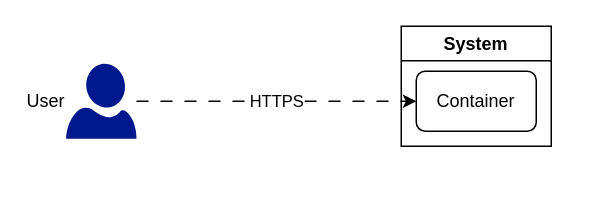
The draw.io diagram page "Container Diagram" (2 of 2) of demos/c4/c4.drawio in Nasdanika-Models/architecture, before the edit. Source tidied: cells renumbered, new cells numbered last; positions are measured from the earlier drawing's top-left corner, leaving out a move shared by most shapes. Both pictures are drawn from the tidied source at 150%, with x=0, y=0 at pixel (64, 26).
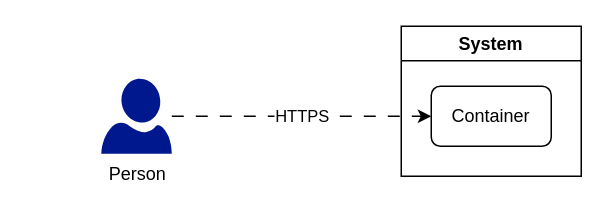
The same page after the edit.

The edit, as a diff of the source:
```diff
@@
 <mxGraphModel>
   <root>
     <mxCell id="0" />
     <mxCell id="1" parent="0" />
-    <mxCell id="2" value="User" style="sketch=0;shadow=0;dashed=0;html=1;strokeColor=none;labelPosition=left;verticalLabelPosition=middle;verticalAlign=middle;align=right;fillColor=#00188D;shape=mxgraph.azure.user;" parent="1" vertex="1">
-      <mxGeometry x="0.5" y="25" width="47" height="50" as="geometry" />
-    </mxCell>
     <mxCell id="3" value="System" style="swimlane;whiteSpace=wrap;html=1;" parent="1" vertex="1">
-      <mxGeometry x="224" width="100" height="80" as="geometry" />
+      <mxGeometry x="224" width="120" height="100" as="geometry" />
     </mxCell>
     <mxCell id="4" value="Container" style="rounded=1;whiteSpace=wrap;html=1;" parent="3" vertex="1">
-      <mxGeometry x="10" y="30" width="80" height="40" as="geometry" />
+      <mxGeometry x="20" y="40" width="80" height="40" as="geometry" />
     </mxCell>
+    <mxCell id="6" value="Person" style="sketch=0;shadow=0;dashed=0;html=1;strokeColor=none;labelPosition=center;verticalLabelPosition=bottom;verticalAlign=top;align=center;fillColor=#00188D;shape=mxgraph.azure.user;" parent="1" vertex="1">
+      <mxGeometry x="24" y="35" width="47" height="50" as="geometry" />
+    </mxCell>
-    <mxCell id="5" value="HTTPS" style="edgeStyle=orthogonalEdgeStyle;rounded=0;jettySize=auto;html=1;dashed=1;dashPattern=8 8;" parent="1" edge="1" source="2" target="4">
+    <mxCell id="5" value="HTTPS" style="edgeStyle=orthogonalEdgeStyle;rounded=0;jettySize=auto;html=1;dashed=1;dashPattern=8 8;" parent="1" edge="1" source="6" target="4">
       <mxGeometry relative="1" as="geometry" />
     </mxCell>
   </root>
 </mxGraphModel>
```
